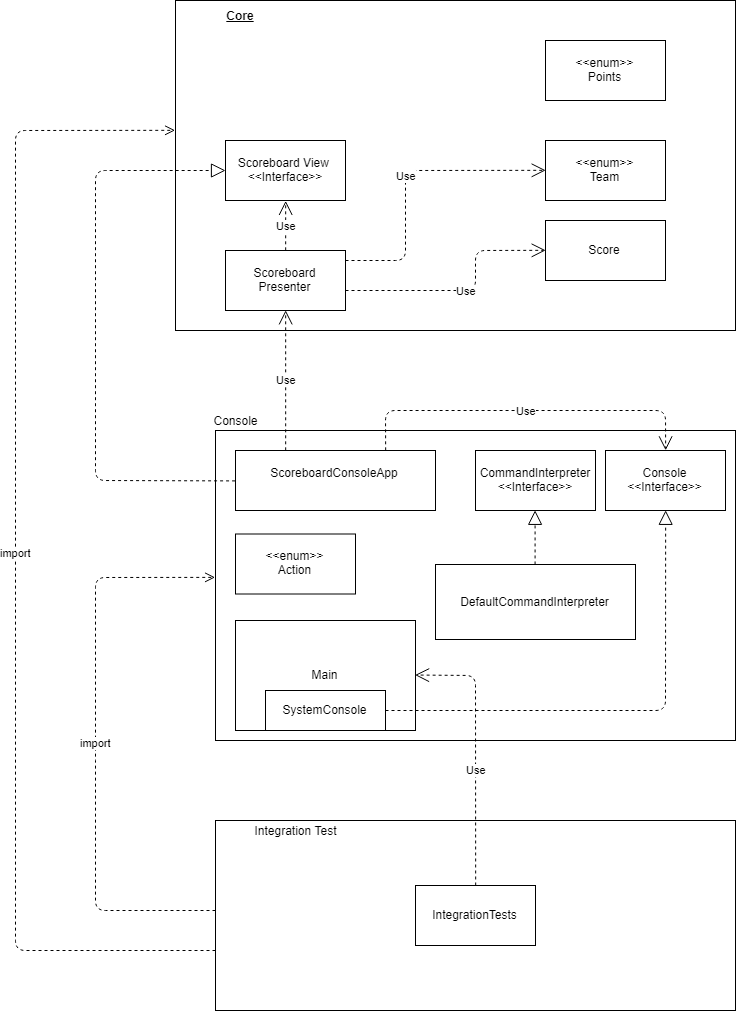
The draw.io diagram docs/architecture.png in jlink-workshop/scoreboard, before a commit. Source tidied: cells renumbered, new cells last; positions are measured from the earlier drawing's top-left corner, leaving out a move shared by most shapes.
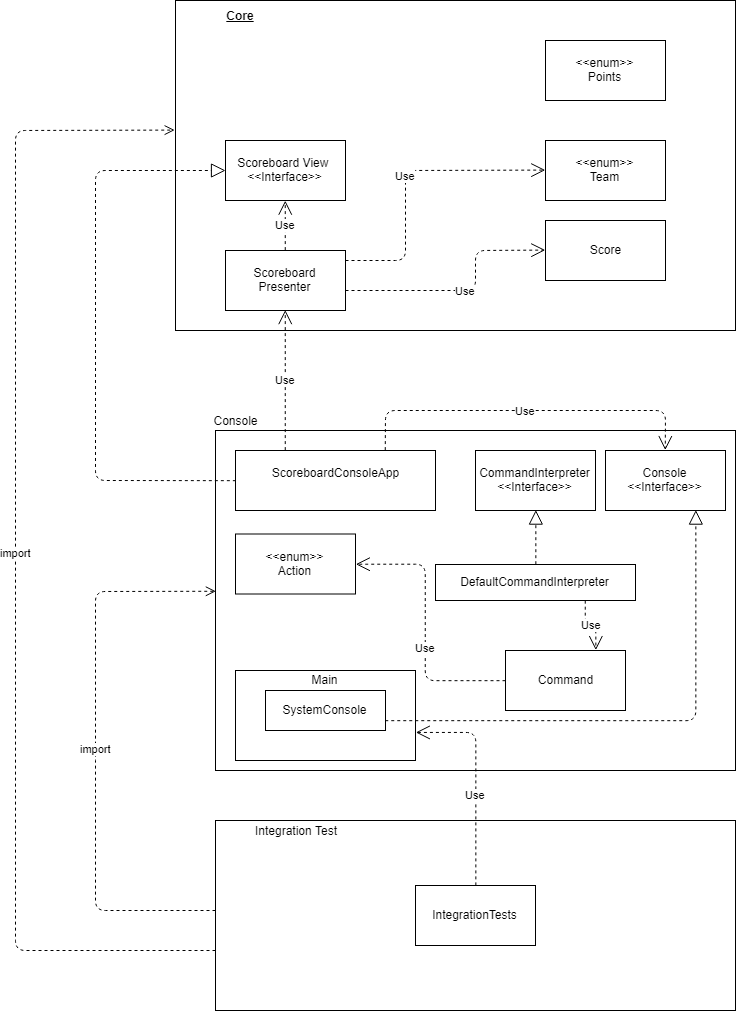
The same file after the commit.

Commit message:
Story #14: Added Command class.

Change to the diagram source:
```diff
@@ -9,7 +9,7 @@
       <mxGeometry x="160" width="130" height="30" as="geometry" />
     </mxCell>
     <mxCell id="4" style="rounded=0;whiteSpace=wrap;html=1;" parent="1" vertex="1">
-      <mxGeometry x="200" y="430" width="520" height="310" as="geometry" />
+      <mxGeometry x="200" y="430" width="520" height="340" as="geometry" />
     </mxCell>
     <mxCell id="5" value="Console" style="text;html=1;strokeColor=none;fillColor=none;align=center;verticalAlign=middle;whiteSpace=wrap;rounded=0;" parent="1" vertex="1">
       <mxGeometry x="200" y="410" width="40" height="20" as="geometry" />
@@ -39,7 +39,7 @@
       <mxGeometry x="220" y="533.5" width="120" height="60" as="geometry" />
     </mxCell>
     <mxCell id="14" value="DefaultCommandInterpreter" style="rounded=0;whiteSpace=wrap;html=1;" parent="1" vertex="1">
-      <mxGeometry x="420" y="564" width="200" height="75" as="geometry" />
+      <mxGeometry x="420" y="564" width="200" height="36" as="geometry" />
     </mxCell>
     <mxCell id="15" style="endArrow=block;dashed=1;endFill=0;endSize=12;html=1;entryX=0.5;entryY=1;entryDx=0;entryDy=0;exitX=0.5;exitY=0;exitDx=0;exitDy=0;" parent="1" edge="1" source="14" target="11">
       <mxGeometry relative="1" as="geometry" />
@@ -59,20 +59,12 @@
     <mxCell id="18" value="&amp;lt;&amp;lt;enum&amp;gt;&amp;gt;&lt;br&gt;Points&lt;br&gt;" style="rounded=0;whiteSpace=wrap;html=1;" parent="1" vertex="1">
       <mxGeometry x="530" y="40" width="120" height="60" as="geometry" />
     </mxCell>
-    <mxCell id="19" value="Main" style="rounded=0;whiteSpace=wrap;html=1;" parent="1" vertex="1">
-      <mxGeometry x="220" y="620" width="180" height="110" as="geometry" />
+    <mxCell id="19" value="&lt;div style=&quot;text-align: left&quot;&gt;&lt;span&gt;Main&lt;/span&gt;&lt;/div&gt;&lt;div style=&quot;text-align: left&quot;&gt;&lt;span&gt;&lt;br&gt;&lt;/span&gt;&lt;/div&gt;&lt;div style=&quot;text-align: left&quot;&gt;&lt;span&gt;&lt;br&gt;&lt;/span&gt;&lt;/div&gt;&lt;div style=&quot;text-align: left&quot;&gt;&lt;span&gt;&lt;br&gt;&lt;/span&gt;&lt;/div&gt;&lt;div style=&quot;text-align: left&quot;&gt;&lt;span&gt;&lt;br&gt;&lt;/span&gt;&lt;/div&gt;&lt;div style=&quot;text-align: left&quot;&gt;&lt;span&gt;&lt;br&gt;&lt;/span&gt;&lt;/div&gt;" style="rounded=0;whiteSpace=wrap;html=1;" parent="1" vertex="1">
+      <mxGeometry x="220" y="670" width="180" height="90" as="geometry" />
     </mxCell>
     <mxCell id="20" value="SystemConsole" style="rounded=0;whiteSpace=wrap;html=1;" parent="1" vertex="1">
       <mxGeometry x="250" y="690" width="120" height="40" as="geometry" />
     </mxCell>
-    <mxCell id="21" style="endArrow=block;dashed=1;endFill=0;endSize=12;html=1;entryX=0.5;entryY=1;entryDx=0;entryDy=0;" parent="1" edge="1" target="12">
-      <mxGeometry relative="1" as="geometry">
-        <mxPoint x="370" y="710" as="sourcePoint" />
-        <Array as="points">
-          <mxPoint x="650" y="710" />
-        </Array>
-      </mxGeometry>
-    </mxCell>
     <mxCell id="22" style="rounded=0;whiteSpace=wrap;html=1;" parent="1" vertex="1">
       <mxGeometry x="200" y="820" width="520" height="190" as="geometry" />
     </mxCell>
@@ -88,7 +80,7 @@
         <Array as="points">
           <mxPoint x="80" y="910" />
           <mxPoint x="80" y="750" />
-          <mxPoint x="80" y="577" />
+          <mxPoint x="80" y="591" />
         </Array>
       </mxGeometry>
     </mxCell>
@@ -101,11 +93,12 @@
         </Array>
       </mxGeometry>
     </mxCell>
-    <mxCell id="27" value="Use" style="endArrow=open;endSize=12;dashed=1;html=1;entryX=1;entryY=0.5;entryDx=0;entryDy=0;exitX=0.25;exitY=0;exitDx=0;exitDy=0;" parent="1" edge="1" target="19">
+    <mxCell id="27" value="Use" style="endArrow=open;endSize=12;dashed=1;html=1;exitX=0.25;exitY=0;exitDx=0;exitDy=0;edgeStyle=orthogonalEdgeStyle;" parent="1" edge="1">
       <mxGeometry x="-0.15" relative="1" as="geometry">
         <mxPoint x="460.2" y="885" as="sourcePoint" />
+        <mxPoint x="400" y="732" as="targetPoint" />
         <Array as="points">
-          <mxPoint x="460" y="675" />
+          <mxPoint x="460" y="732" />
         </Array>
       </mxGeometry>
     </mxCell>
@@ -138,5 +131,26 @@
     <mxCell id="31" value="Use" style="endArrow=open;endSize=12;dashed=1;html=1;exitX=0.5;exitY=0;exitDx=0;exitDy=0;entryX=0.5;entryY=1;entryDx=0;entryDy=0;" parent="1" edge="1" source="9" target="6">
       <mxGeometry relative="1" as="geometry" />
     </mxCell>
+    <mxCell id="32" value="Command" style="rounded=0;whiteSpace=wrap;html=1;" parent="1" vertex="1">
+      <mxGeometry x="490" y="650" width="120" height="60" as="geometry" />
+    </mxCell>
+    <mxCell id="33" value="Use" style="endArrow=open;endSize=12;dashed=1;html=1;entryX=1;entryY=0.5;entryDx=0;entryDy=0;edgeStyle=orthogonalEdgeStyle;" parent="1" edge="1" source="32" target="13">
+      <mxGeometry x="-0.15" relative="1" as="geometry">
+        <Array as="points">
+          <mxPoint x="410" y="680" />
+          <mxPoint x="410" y="564" />
+        </Array>
+      </mxGeometry>
+    </mxCell>
+    <mxCell id="34" style="endArrow=block;dashed=1;endFill=0;endSize=12;html=1;entryX=0.75;entryY=1;entryDx=0;entryDy=0;edgeStyle=orthogonalEdgeStyle;exitX=1;exitY=0.75;exitDx=0;exitDy=0;" parent="1" edge="1" source="20" target="12">
+      <mxGeometry relative="1" as="geometry">
+        <Array as="points">
+          <mxPoint x="680" y="720" />
+        </Array>
+      </mxGeometry>
+    </mxCell>
+    <mxCell id="35" value="Use" style="endArrow=open;endSize=12;dashed=1;html=1;exitX=0.75;exitY=1;exitDx=0;exitDy=0;entryX=0.75;entryY=0;entryDx=0;entryDy=0;edgeStyle=orthogonalEdgeStyle;" parent="1" edge="1" source="14" target="32">
+      <mxGeometry relative="1" as="geometry" />
+    </mxCell>
   </root>
 </mxGraphModel>
```
